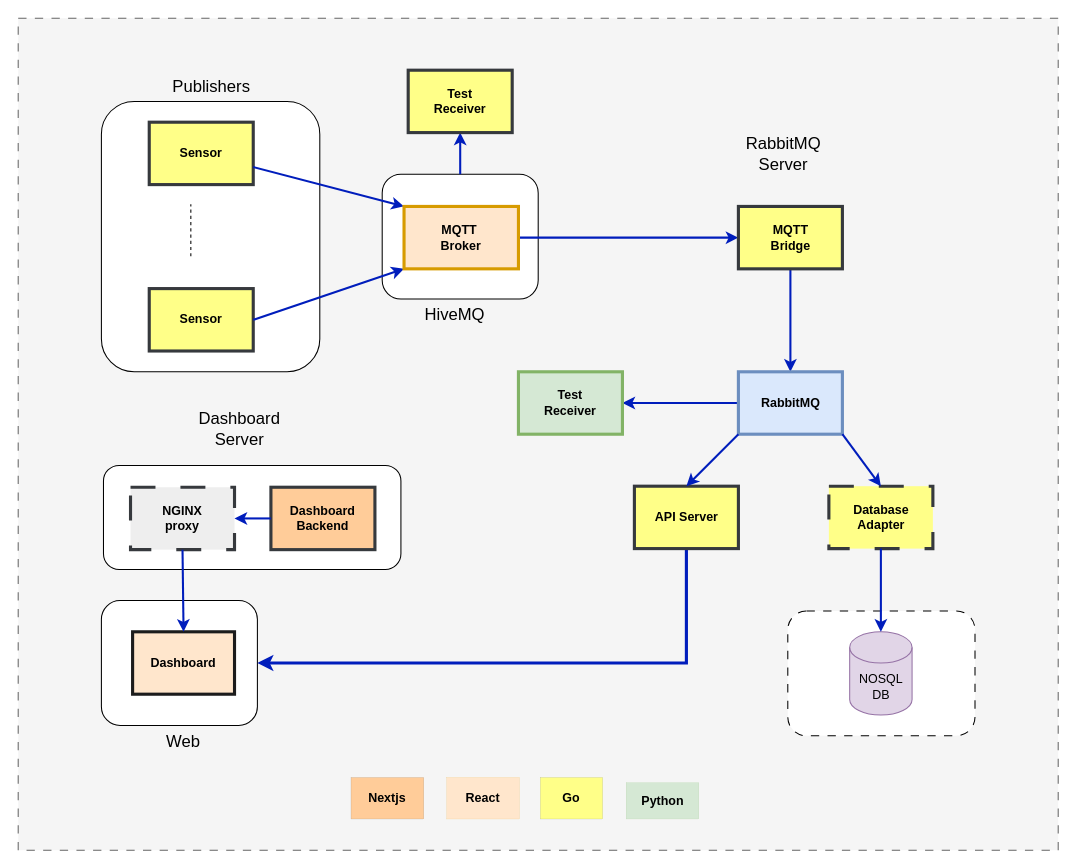
dmh2000/sensors keeps this draw.io diagram as sensors.drawio. Above is the earlier version. Source tidied: cells renumbered, new cells numbered last; positions are measured from the earlier drawing's top-left corner, leaving out a move shared by most shapes. Both pictures are drawn from the tidied source at 104%, with x=0, y=0 at pixel (18, 18).
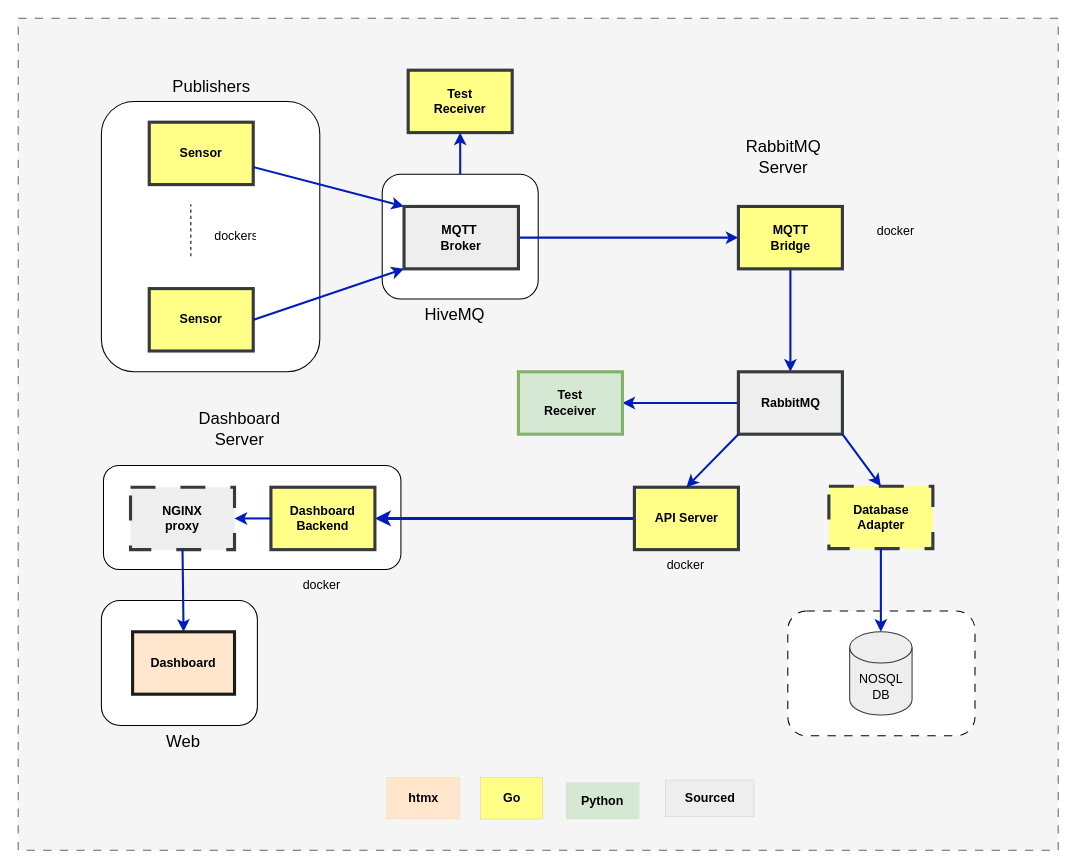
The same diagram, later.

The change refers to these unchanged cells:
```xml
<mxCell id="3" style="rounded=1;whiteSpace=wrap;html=1;" parent="1" vertex="1">
  <mxGeometry x="80" y="560" width="150" height="120" as="geometry" />
</mxCell>
```

Diff of the diagram source:
```diff
@@
-    <mxCell id="14" value="MQTT &#10;Broker" style="whiteSpace=wrap;align=center;verticalAlign=middle;fontStyle=1;strokeWidth=3;fillColor=#ffe6cc;strokeColor=#d79b00;" parent="1" vertex="1">
+    <mxCell id="14" value="MQTT &#10;Broker" style="whiteSpace=wrap;align=center;verticalAlign=middle;fontStyle=1;strokeWidth=3;fillColor=#eeeeee;strokeColor=#36393d;" parent="1" vertex="1">
       <mxGeometry x="371" y="181" width="110" height="60" as="geometry" />
     </mxCell>
@@
-    <mxCell id="18" value="RabbitMQ" style="whiteSpace=wrap;align=center;verticalAlign=middle;fontStyle=1;strokeWidth=3;fillColor=#dae8fc;strokeColor=#6c8ebf;" parent="1" vertex="1">
+    <mxCell id="18" value="RabbitMQ" style="whiteSpace=wrap;align=center;verticalAlign=middle;fontStyle=1;strokeWidth=3;fillColor=#eeeeee;strokeColor=#36393d;fontSize=12;" parent="1" vertex="1">
       <mxGeometry x="692.5" y="340" width="100" height="60" as="geometry" />
     </mxCell>
-    <mxCell id="19" value="NOSQL&lt;div&gt;DB&lt;/div&gt;" style="shape=cylinder3;whiteSpace=wrap;html=1;boundedLbl=1;backgroundOutline=1;size=15;fillColor=#e1d5e7;strokeColor=#9673a6;" parent="1" vertex="1">
+    <mxCell id="19" value="NOSQL&lt;div&gt;DB&lt;/div&gt;" style="shape=cylinder3;whiteSpace=wrap;html=1;boundedLbl=1;backgroundOutline=1;size=15;fillColor=#eeeeee;strokeColor=#36393d;" parent="1" vertex="1">
       <mxGeometry x="799.5" y="590" width="60" height="80" as="geometry" />
     </mxCell>
-    <mxCell id="20" style="edgeStyle=orthogonalEdgeStyle;rounded=0;jettySize=auto;html=1;entryX=1;entryY=0.5;entryDx=0;entryDy=0;strokeWidth=3;fillColor=#0050ef;strokeColor=#001DBC;" parent="1" edge="1" source="21" target="3">
+    <mxCell id="20" style="edgeStyle=orthogonalEdgeStyle;rounded=0;jettySize=auto;html=1;entryX=1;entryY=0.5;entryDx=0;entryDy=0;strokeWidth=3;fillColor=#0050ef;strokeColor=#001DBC;" parent="1" edge="1" source="21" target="28">
       <mxGeometry relative="1" as="geometry">
         <Array as="points">
-          <mxPoint x="643" y="620" />
+          <mxPoint x="510" y="481" />
+          <mxPoint x="510" y="481" />
         </Array>
       </mxGeometry>
     </mxCell>
     <mxCell id="21" value="API Server" style="whiteSpace=wrap;align=center;verticalAlign=middle;fontStyle=1;strokeWidth=3;fillColor=#ffff88;strokeColor=#36393d;" parent="1" vertex="1">
-      <mxGeometry x="592.5" y="450" width="100" height="60" as="geometry" />
+      <mxGeometry x="592.5" y="451" width="100" height="60" as="geometry" />
     </mxCell>
@@
     <mxCell id="24" value="&lt;font style=&quot;font-size: 16px;&quot;&gt;RabbitMQ Server&lt;/font&gt;" style="text;html=1;align=center;verticalAlign=middle;whiteSpace=wrap;rounded=0;" parent="1" vertex="1">
-      <mxGeometry x="706" y="115" width="60" height="30" as="geometry" />
+      <mxGeometry x="706" y="115" width="60" height="35" as="geometry" />
     </mxCell>
@@
-    <mxCell id="28" value="Dashboard&#10;Backend" style="whiteSpace=wrap;align=center;verticalAlign=middle;fontStyle=1;strokeWidth=3;fillColor=#ffcc99;strokeColor=#36393d;" parent="1" vertex="1">
+    <mxCell id="28" value="Dashboard&#10;Backend" style="whiteSpace=wrap;align=center;verticalAlign=middle;fontStyle=1;strokeWidth=3;fillColor=#ffff88;strokeColor=#36393d;" parent="1" vertex="1">
       <mxGeometry x="243" y="451" width="100" height="60" as="geometry" />
     </mxCell>
@@
-    <mxCell id="39" value="React" style="whiteSpace=wrap;align=center;verticalAlign=middle;fontStyle=1;strokeWidth=0;fillColor=#ffe6cc;strokeColor=#d79b00;dashed=1;dashPattern=8 8;" parent="1" vertex="1">
-      <mxGeometry x="412" y="730" width="70" height="40" as="geometry" />
+    <mxCell id="39" value="htmx" style="whiteSpace=wrap;align=center;verticalAlign=middle;fontStyle=1;strokeWidth=0;fillColor=#ffe6cc;strokeColor=#d79b00;dashed=1;dashPattern=8 8;" parent="1" vertex="1">
+      <mxGeometry x="354.5" y="730" width="70" height="40" as="geometry" />
     </mxCell>
     <mxCell id="40" value="Go" style="whiteSpace=wrap;align=center;verticalAlign=middle;fontStyle=1;strokeWidth=0;fillColor=#ffff88;strokeColor=#36393d;" parent="1" vertex="1">
-      <mxGeometry x="502" y="730" width="60" height="40" as="geometry" />
+      <mxGeometry x="444.5" y="730" width="60" height="40" as="geometry" />
     </mxCell>
     <mxCell id="41" value="Python" style="whiteSpace=wrap;align=center;verticalAlign=middle;fontStyle=1;strokeWidth=0;fillColor=#d5e8d4;strokeColor=#82b366;" parent="1" vertex="1">
-      <mxGeometry x="584.5" y="735" width="70" height="35" as="geometry" />
+      <mxGeometry x="527" y="735" width="70" height="35" as="geometry" />
     </mxCell>
-    <mxCell id="42" value="Nextjs" style="whiteSpace=wrap;align=center;verticalAlign=middle;fontStyle=1;strokeWidth=0;fillColor=#ffcc99;strokeColor=#36393d;dashed=1;dashPattern=8 8;" parent="1" vertex="1">
-      <mxGeometry x="320" y="730" width="70" height="40" as="geometry" />
-    </mxCell>
+    <mxCell id="43" value="Sourced" style="whiteSpace=wrap;align=center;verticalAlign=middle;fontStyle=1;strokeWidth=0;fillColor=#eeeeee;strokeColor=#36393d;" parent="1" vertex="1">
+      <mxGeometry x="622.5" y="732.5" width="85" height="35" as="geometry" />
+    </mxCell>
+    <mxCell id="44" value="docker" style="text;strokeColor=none;fillColor=none;align=left;verticalAlign=middle;spacingLeft=4;spacingRight=4;overflow=hidden;whiteSpace=wrap;html=1;" parent="1" vertex="1">
+      <mxGeometry x="820" y="190" width="50" height="30" as="geometry" />
+    </mxCell>
+    <mxCell id="45" value="dockers" style="text;strokeColor=none;fillColor=none;align=left;verticalAlign=middle;spacingLeft=4;spacingRight=4;overflow=hidden;whiteSpace=wrap;html=1;" parent="1" vertex="1">
+      <mxGeometry x="183" y="195" width="50" height="30" as="geometry" />
+    </mxCell>
+    <mxCell id="46" value="docker" style="text;strokeColor=none;fillColor=none;align=left;verticalAlign=middle;spacingLeft=4;spacingRight=4;overflow=hidden;whiteSpace=wrap;html=1;" parent="1" vertex="1">
+      <mxGeometry x="268" y="530" width="50" height="30" as="geometry" />
+    </mxCell>
+    <mxCell id="47" value="docker" style="text;strokeColor=none;fillColor=none;align=left;verticalAlign=middle;spacingLeft=4;spacingRight=4;overflow=hidden;whiteSpace=wrap;html=1;" parent="1" vertex="1">
+      <mxGeometry x="617.5" y="511" width="50" height="30" as="geometry" />
+    </mxCell>
```
